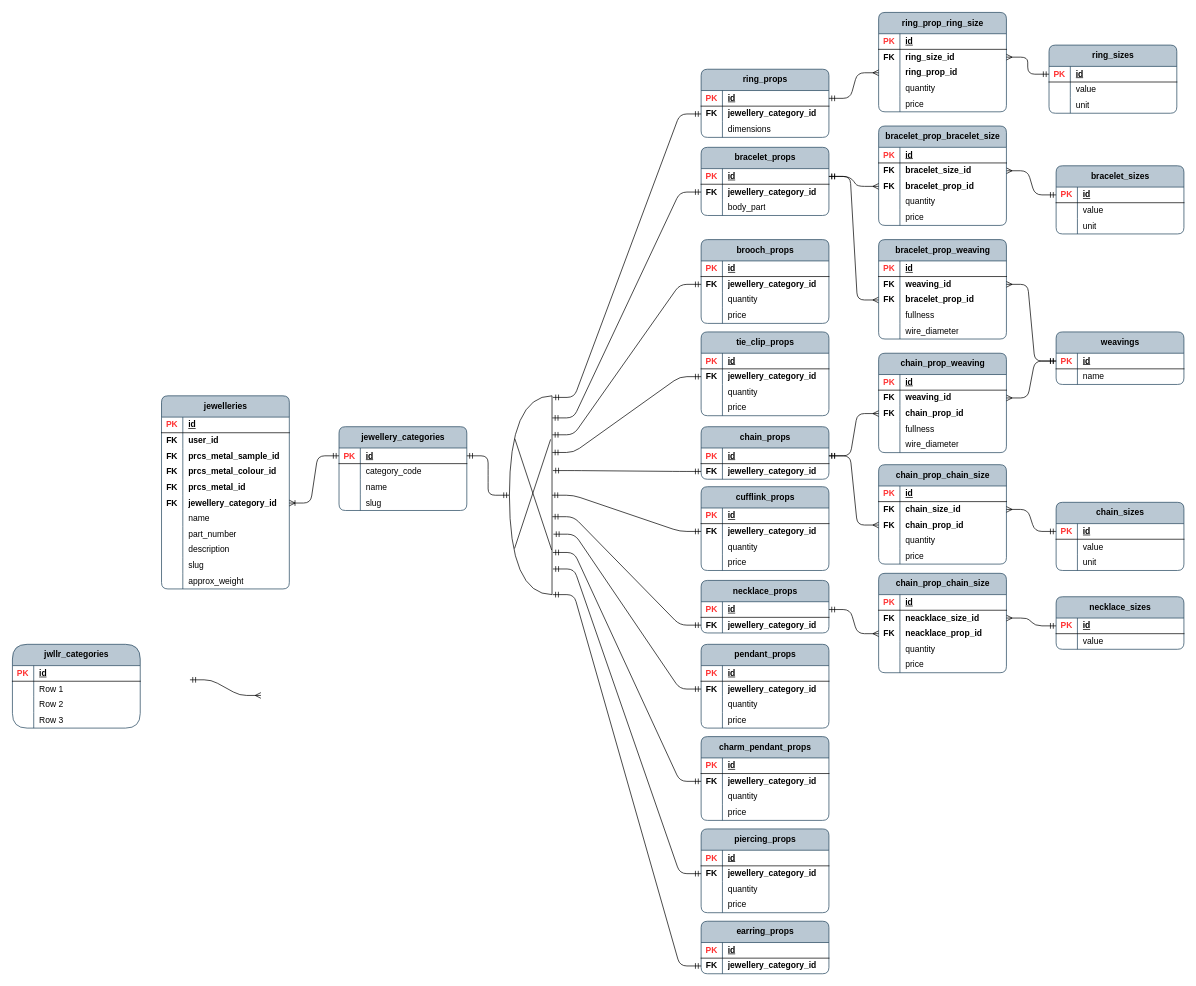
Above: page "categories" (6 of 6) of jewellery_items.drawio in acwstudio/app-ben-brumm (draw.io), before the change. Source tidied: cells renumbered, new cells numbered last; positions are measured from the earlier drawing's top-left corner, leaving out a move shared by most shapes. Both pictures are drawn from the tidied source at 71%, with x=0, y=0 at pixel (12, 12).
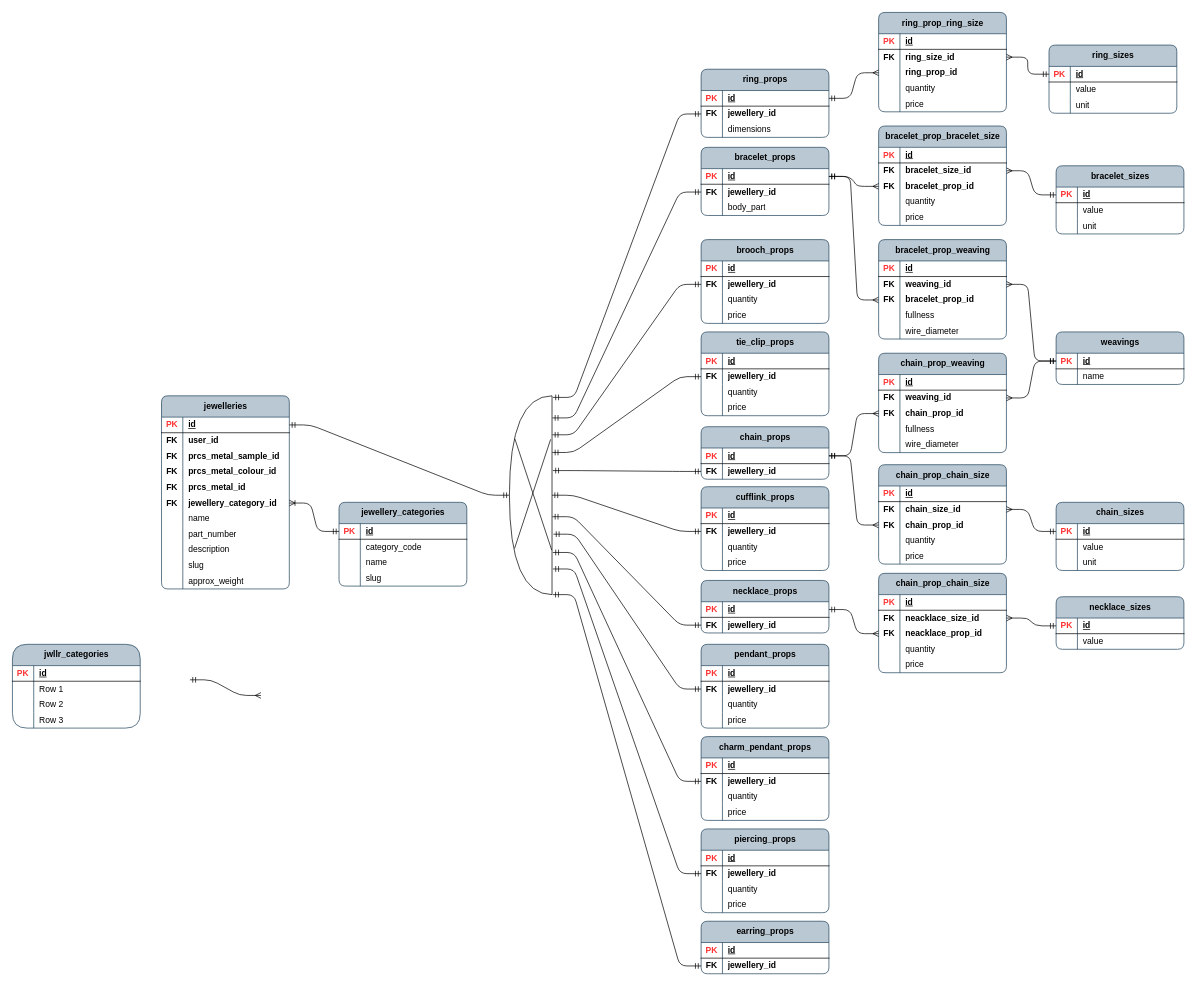
Above is the later version.

Commit message (it also covers changes not shown here):
fixed relationships - properties to jewellery is correct

Unchanged cells that the change refers to:
```xml
<mxCell id="3" style="shape=tableRow;horizontal=0;startSize=0;swimlaneHead=0;swimlaneBody=0;fillColor=none;points=[[0,0.5],[1,0.5]];portConstraint=eastwest;top=0;left=0;right=0;bottom=1;rounded=0;" parent="2" vertex="1">
  <mxGeometry y="30" width="180" height="22" as="geometry" />
</mxCell>
<mxCell id="16" style="shape=tableRow;horizontal=0;startSize=0;swimlaneHead=0;swimlaneBody=0;fillColor=none;points=[[0,0.5],[1,0.5]];portConstraint=eastwest;top=0;left=0;right=0;bottom=1;rounded=1;" parent="15" vertex="1">
  <mxGeometry y="30" width="180" height="22" as="geometry" />
</mxCell>
<mxCell id="63" style="shape=or;whiteSpace=wrap;html=1;fillColor=none;direction=west;" parent="1" vertex="1">
  <mxGeometry x="700" y="540" width="60" height="280" as="geometry" />
</mxCell>
<mxCell id="70" style="shape=tableRow;horizontal=0;startSize=0;swimlaneHead=0;swimlaneBody=0;fillColor=none;points=[[0,0.5],[1,0.5]];portConstraint=eastwest;top=0;left=0;right=0;bottom=0;rounded=0;" parent="66" vertex="1">
  <mxGeometry y="52" width="180" height="22" as="geometry" />
</mxCell>
<mxCell id="81" style="shape=tableRow;horizontal=0;startSize=0;swimlaneHead=0;swimlaneBody=0;fillColor=none;points=[[0,0.5],[1,0.5]];portConstraint=eastwest;top=0;left=0;right=0;bottom=0;rounded=0;" parent="77" vertex="1">
  <mxGeometry y="52" width="180" height="22" as="geometry" />
</mxCell>
<mxCell id="92" style="shape=tableRow;horizontal=0;startSize=0;swimlaneHead=0;swimlaneBody=0;fillColor=none;points=[[0,0.5],[1,0.5]];portConstraint=eastwest;top=0;left=0;right=0;bottom=0;rounded=0;" parent="88" vertex="1">
  <mxGeometry y="52" width="180" height="22" as="geometry" />
</mxCell>
<mxCell id="229" style="shape=tableRow;horizontal=0;startSize=0;swimlaneHead=0;swimlaneBody=0;fillColor=none;points=[[0,0.5],[1,0.5]];portConstraint=eastwest;top=0;left=0;right=0;bottom=0;rounded=0;" parent="225" vertex="1">
  <mxGeometry y="52" width="180" height="22" as="geometry" />
</mxCell>
<mxCell id="243" style="shape=tableRow;horizontal=0;startSize=0;swimlaneHead=0;swimlaneBody=0;fillColor=none;points=[[0,0.5],[1,0.5]];portConstraint=eastwest;top=0;left=0;right=0;bottom=0;rounded=0;" parent="239" vertex="1">
  <mxGeometry y="52" width="180" height="22" as="geometry" />
</mxCell>
<mxCell id="257" style="shape=tableRow;horizontal=0;startSize=0;swimlaneHead=0;swimlaneBody=0;fillColor=none;points=[[0,0.5],[1,0.5]];portConstraint=eastwest;top=0;left=0;right=0;bottom=0;rounded=0;" parent="253" vertex="1">
  <mxGeometry y="52" width="180" height="22" as="geometry" />
</mxCell>
<mxCell id="271" style="shape=tableRow;horizontal=0;startSize=0;swimlaneHead=0;swimlaneBody=0;fillColor=none;points=[[0,0.5],[1,0.5]];portConstraint=eastwest;top=0;left=0;right=0;bottom=0;rounded=0;" parent="267" vertex="1">
  <mxGeometry y="52" width="180" height="22" as="geometry" />
</mxCell>
<mxCell id="304" style="shape=tableRow;horizontal=0;startSize=0;swimlaneHead=0;swimlaneBody=0;fillColor=none;points=[[0,0.5],[1,0.5]];portConstraint=eastwest;top=0;left=0;right=0;bottom=0;rounded=0;" parent="300" vertex="1">
  <mxGeometry y="52" width="180" height="22" as="geometry" />
</mxCell>
<mxCell id="317" style="shape=tableRow;horizontal=0;startSize=0;swimlaneHead=0;swimlaneBody=0;fillColor=none;points=[[0,0.5],[1,0.5]];portConstraint=eastwest;top=0;left=0;right=0;bottom=0;rounded=0;" parent="313" vertex="1">
  <mxGeometry y="52" width="180" height="22" as="geometry" />
</mxCell>
<mxCell id="330" style="shape=tableRow;horizontal=0;startSize=0;swimlaneHead=0;swimlaneBody=0;fillColor=none;points=[[0,0.5],[1,0.5]];portConstraint=eastwest;top=0;left=0;right=0;bottom=0;rounded=0;" parent="326" vertex="1">
  <mxGeometry y="52" width="180" height="22" as="geometry" />
</mxCell>
<mxCell id="337" style="shape=tableRow;horizontal=0;startSize=0;swimlaneHead=0;swimlaneBody=0;fillColor=none;points=[[0,0.5],[1,0.5]];portConstraint=eastwest;top=0;left=0;right=0;bottom=0;rounded=0;" parent="333" vertex="1">
  <mxGeometry y="52" width="180" height="22" as="geometry" />
</mxCell>
```

Diff of the diagram source:
```diff
@@
     <mxCell id="2" value="jewellery_categories" style="shape=table;startSize=30;childLayout=tableLayout;rowLines=0;fontStyle=1;align=center;html=1;rounded=1;swimlaneFillColor=none;fillColor=#bac8d3;strokeColor=#23445d;columnLines=1;arcSize=10;" parent="1" vertex="1">
-      <mxGeometry x="460" y="583.5" width="180" height="118" as="geometry" />
+      <mxGeometry x="460" y="690" width="180" height="118" as="geometry" />
     </mxCell>
@@
-    <mxCell id="72" value="&lt;b&gt;jewellery_category_id&lt;/b&gt;" style="shape=partialRectangle;fillColor=none;top=0;left=0;bottom=0;right=0;align=left;spacingLeft=6;overflow=hidden;whiteSpace=wrap;html=1;" parent="70" vertex="1">
+    <mxCell id="72" value="&lt;b&gt;jewellery_id&lt;/b&gt;" style="shape=partialRectangle;fillColor=none;top=0;left=0;bottom=0;right=0;align=left;spacingLeft=6;overflow=hidden;whiteSpace=wrap;html=1;" parent="70" vertex="1">
       <mxGeometry x="30" width="150" height="22" as="geometry" />
     </mxCell>
@@
-    <mxCell id="83" value="&lt;b&gt;jewellery_category_id&lt;/b&gt;" style="shape=partialRectangle;fillColor=none;top=0;left=0;bottom=0;right=0;align=left;spacingLeft=6;overflow=hidden;whiteSpace=wrap;html=1;" parent="81" vertex="1">
+    <mxCell id="83" value="&lt;b&gt;jewellery_id&lt;/b&gt;" style="shape=partialRectangle;fillColor=none;top=0;left=0;bottom=0;right=0;align=left;spacingLeft=6;overflow=hidden;whiteSpace=wrap;html=1;" parent="81" vertex="1">
       <mxGeometry x="30" width="150" height="22" as="geometry" />
     </mxCell>
@@
-    <mxCell id="94" value="&lt;b&gt;jewellery_category_id&lt;/b&gt;" style="shape=partialRectangle;fillColor=none;top=0;left=0;bottom=0;right=0;align=left;spacingLeft=6;overflow=hidden;whiteSpace=wrap;html=1;" parent="92" vertex="1">
+    <mxCell id="94" value="&lt;b&gt;jewellery_id&lt;/b&gt;" style="shape=partialRectangle;fillColor=none;top=0;left=0;bottom=0;right=0;align=left;spacingLeft=6;overflow=hidden;whiteSpace=wrap;html=1;" parent="92" vertex="1">
       <mxGeometry x="30" width="150" height="22" as="geometry" />
     </mxCell>
@@
-    <mxCell id="96" style="edgeStyle=entityRelationEdgeStyle;fontSize=12;html=1;endArrow=ERmandOne;startArrow=ERmandOne;rounded=1;curved=0;entryX=1;entryY=0.5;entryDx=0;entryDy=0;exitX=1;exitY=0.5;exitDx=0;exitDy=0;entryPerimeter=0;" parent="1" edge="1" source="3" target="63">
+    <mxCell id="96" style="edgeStyle=entityRelationEdgeStyle;fontSize=12;html=1;endArrow=ERmandOne;startArrow=ERmandOne;rounded=1;curved=0;entryX=1;entryY=0.5;entryDx=0;entryDy=0;entryPerimeter=0;exitX=1;exitY=0.5;exitDx=0;exitDy=0;" parent="1" edge="1" source="16" target="63">
       <mxGeometry relative="1" as="geometry" />
     </mxCell>
@@
-    <mxCell id="231" value="&lt;b&gt;jewellery_category_id&lt;/b&gt;" style="shape=partialRectangle;fillColor=none;top=0;left=0;bottom=0;right=0;align=left;spacingLeft=6;overflow=hidden;whiteSpace=wrap;html=1;" parent="229" vertex="1">
+    <mxCell id="231" value="&lt;b&gt;jewellery_id&lt;/b&gt;" style="shape=partialRectangle;fillColor=none;top=0;left=0;bottom=0;right=0;align=left;spacingLeft=6;overflow=hidden;whiteSpace=wrap;html=1;" parent="229" vertex="1">
       <mxGeometry x="30" width="150" height="22" as="geometry" />
     </mxCell>
@@
-    <mxCell id="245" value="&lt;b&gt;jewellery_category_id&lt;/b&gt;" style="shape=partialRectangle;fillColor=none;top=0;left=0;bottom=0;right=0;align=left;spacingLeft=6;overflow=hidden;whiteSpace=wrap;html=1;" parent="243" vertex="1">
+    <mxCell id="245" value="&lt;b&gt;jewellery_id&lt;/b&gt;" style="shape=partialRectangle;fillColor=none;top=0;left=0;bottom=0;right=0;align=left;spacingLeft=6;overflow=hidden;whiteSpace=wrap;html=1;" parent="243" vertex="1">
       <mxGeometry x="30" width="150" height="22" as="geometry" />
     </mxCell>
@@
-    <mxCell id="259" value="&lt;b&gt;jewellery_category_id&lt;/b&gt;" style="shape=partialRectangle;fillColor=none;top=0;left=0;bottom=0;right=0;align=left;spacingLeft=6;overflow=hidden;whiteSpace=wrap;html=1;" parent="257" vertex="1">
+    <mxCell id="259" value="&lt;b&gt;jewellery_id&lt;/b&gt;" style="shape=partialRectangle;fillColor=none;top=0;left=0;bottom=0;right=0;align=left;spacingLeft=6;overflow=hidden;whiteSpace=wrap;html=1;" parent="257" vertex="1">
       <mxGeometry x="30" width="150" height="22" as="geometry" />
     </mxCell>
@@
-    <mxCell id="273" value="&lt;b&gt;jewellery_category_id&lt;/b&gt;" style="shape=partialRectangle;fillColor=none;top=0;left=0;bottom=0;right=0;align=left;spacingLeft=6;overflow=hidden;whiteSpace=wrap;html=1;" parent="271" vertex="1">
+    <mxCell id="273" value="&lt;b&gt;jewellery_id&lt;/b&gt;" style="shape=partialRectangle;fillColor=none;top=0;left=0;bottom=0;right=0;align=left;spacingLeft=6;overflow=hidden;whiteSpace=wrap;html=1;" parent="271" vertex="1">
       <mxGeometry x="30" width="150" height="22" as="geometry" />
     </mxCell>
@@
-    <mxCell id="306" value="&lt;b&gt;jewellery_category_id&lt;/b&gt;" style="shape=partialRectangle;fillColor=none;top=0;left=0;bottom=0;right=0;align=left;spacingLeft=6;overflow=hidden;whiteSpace=wrap;html=1;" parent="304" vertex="1">
+    <mxCell id="306" value="&lt;b&gt;jewellery_id&lt;/b&gt;" style="shape=partialRectangle;fillColor=none;top=0;left=0;bottom=0;right=0;align=left;spacingLeft=6;overflow=hidden;whiteSpace=wrap;html=1;" parent="304" vertex="1">
       <mxGeometry x="30" width="150" height="22" as="geometry" />
     </mxCell>
@@
-    <mxCell id="319" value="&lt;b&gt;jewellery_category_id&lt;/b&gt;" style="shape=partialRectangle;fillColor=none;top=0;left=0;bottom=0;right=0;align=left;spacingLeft=6;overflow=hidden;whiteSpace=wrap;html=1;" parent="317" vertex="1">
+    <mxCell id="319" value="&lt;b&gt;jewellery_id&lt;/b&gt;" style="shape=partialRectangle;fillColor=none;top=0;left=0;bottom=0;right=0;align=left;spacingLeft=6;overflow=hidden;whiteSpace=wrap;html=1;" parent="317" vertex="1">
       <mxGeometry x="30" width="150" height="22" as="geometry" />
     </mxCell>
@@
-    <mxCell id="332" value="&lt;b&gt;jewellery_category_id&lt;/b&gt;" style="shape=partialRectangle;fillColor=none;top=0;left=0;bottom=0;right=0;align=left;spacingLeft=6;overflow=hidden;whiteSpace=wrap;html=1;" parent="330" vertex="1">
+    <mxCell id="332" value="&lt;b&gt;jewellery_id&lt;/b&gt;" style="shape=partialRectangle;fillColor=none;top=0;left=0;bottom=0;right=0;align=left;spacingLeft=6;overflow=hidden;whiteSpace=wrap;html=1;" parent="330" vertex="1">
       <mxGeometry x="30" width="150" height="22" as="geometry" />
     </mxCell>
@@
-    <mxCell id="339" value="&lt;b&gt;jewellery_category_id&lt;/b&gt;" style="shape=partialRectangle;fillColor=none;top=0;left=0;bottom=0;right=0;align=left;spacingLeft=6;overflow=hidden;whiteSpace=wrap;html=1;" parent="337" vertex="1">
+    <mxCell id="339" value="&lt;b&gt;jewellery_id&lt;/b&gt;" style="shape=partialRectangle;fillColor=none;top=0;left=0;bottom=0;right=0;align=left;spacingLeft=6;overflow=hidden;whiteSpace=wrap;html=1;" parent="337" vertex="1">
       <mxGeometry x="30" width="150" height="22" as="geometry" />
     </mxCell>
```
